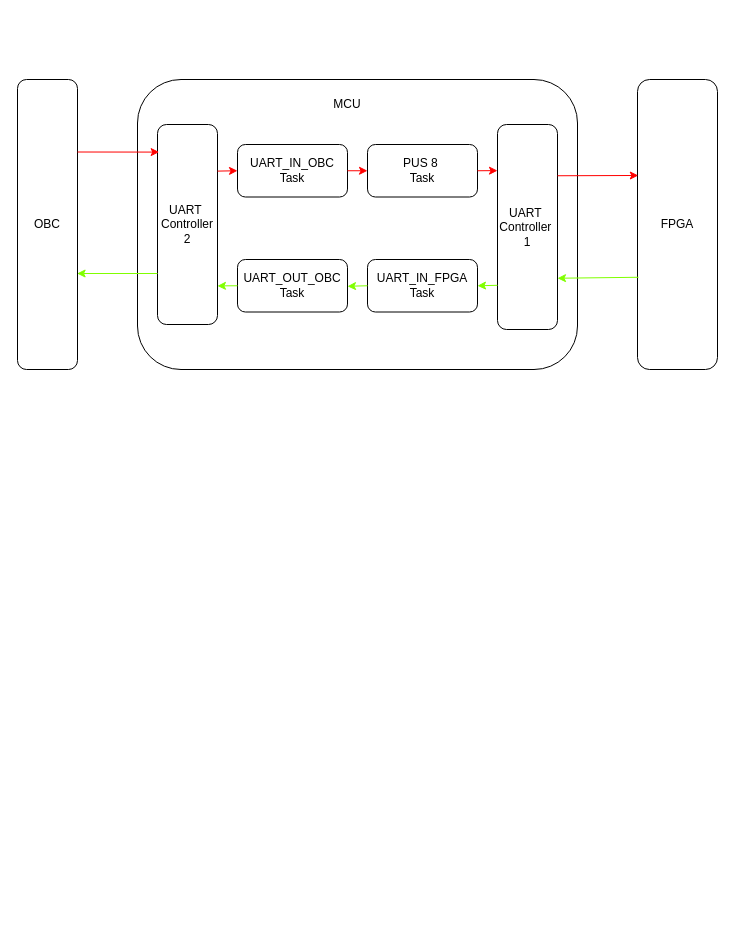
Before: Constant_Bias_Mode.drawio in WhiskeySierraPapa/LP-Software-uC-SP-MThesis-2025, a draw.io diagram. Source tidied: cells renumbered, new cells numbered last; positions are measured from the earlier drawing's top-left corner, leaving out a move shared by most shapes. Both pictures are drawn from the tidied source at 100%, with x=0, y=0 at pixel (17, 79). Pictures stored in the file or linked from it are replaced by grey dashed boxes.
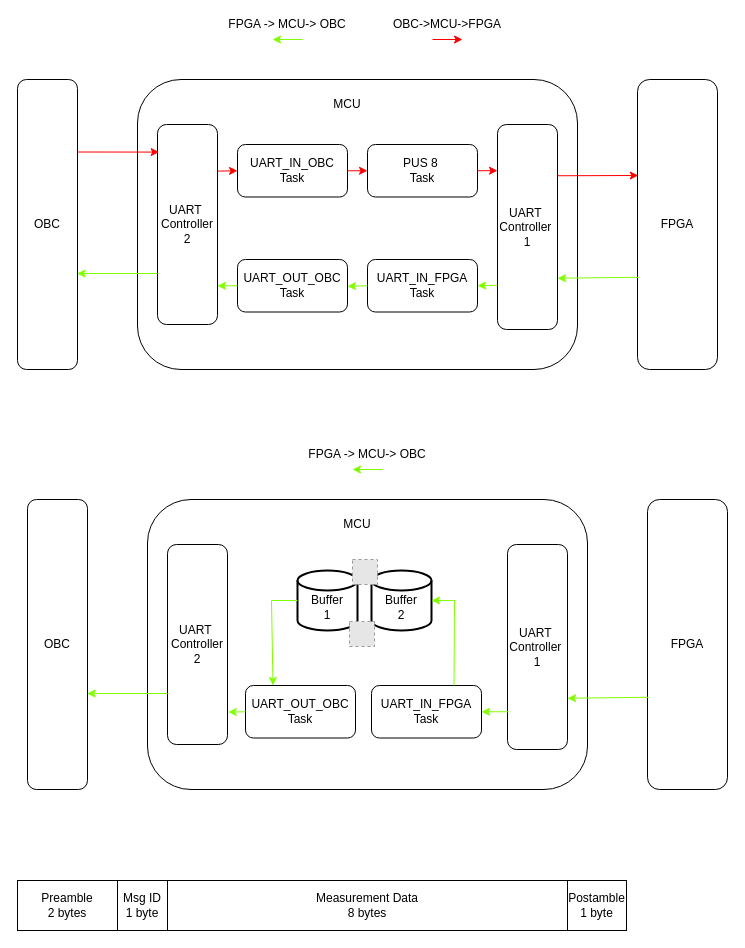
The same page after the edit.

The edit, as a diff of the source:
```diff
@@
+    <mxCell id="22" style="endArrow=classic;html=1;rounded=0;strokeColor=#80FF00;" parent="1" edge="1">
+      <mxGeometry relative="1" as="geometry">
+        <mxPoint x="285" y="-40" as="sourcePoint" />
+        <mxPoint x="255" y="-40" as="targetPoint" />
+      </mxGeometry>
+    </mxCell>
+    <mxCell id="23" style="endArrow=classic;html=1;rounded=0;strokeColor=#FF0000;" parent="1" edge="1">
+      <mxGeometry relative="1" as="geometry">
+        <mxPoint x="415" y="-40" as="sourcePoint" />
+        <mxPoint x="445" y="-40" as="targetPoint" />
+      </mxGeometry>
+    </mxCell>
+    <mxCell id="24" value="FPGA -&amp;gt; MCU-&amp;gt; OBC" style="text;strokeColor=none;align=center;fillColor=none;html=1;verticalAlign=middle;whiteSpace=wrap;rounded=0;" parent="1" vertex="1">
+      <mxGeometry x="200" y="-60" width="140" height="10" as="geometry" />
+    </mxCell>
+    <mxCell id="25" value="OBC-&amp;gt;MCU-&amp;gt;FPGA" style="text;strokeColor=none;align=center;fillColor=none;html=1;verticalAlign=middle;whiteSpace=wrap;rounded=0;" parent="1" vertex="1">
+      <mxGeometry x="360" y="-60" width="140" height="10" as="geometry" />
+    </mxCell>
+    <mxCell id="26" value="OBC" style="rounded=1;whiteSpace=wrap;html=1;" parent="1" vertex="1">
+      <mxGeometry x="10" y="420" width="60" height="290" as="geometry" />
+    </mxCell>
+    <mxCell id="27" style="rounded=1;whiteSpace=wrap;html=1;" parent="1" vertex="1">
+      <mxGeometry x="130" y="420" width="440" height="290" as="geometry" />
+    </mxCell>
+    <mxCell id="28" value="FPGA" style="rounded=1;whiteSpace=wrap;html=1;" parent="1" vertex="1">
+      <mxGeometry x="630" y="420" width="80" height="290" as="geometry" />
+    </mxCell>
+    <mxCell id="29" value="MCU" style="text;strokeColor=none;align=center;fillColor=none;html=1;verticalAlign=middle;whiteSpace=wrap;rounded=0;" parent="1" vertex="1">
+      <mxGeometry x="310" y="430" width="60" height="30" as="geometry" />
+    </mxCell>
+    <mxCell id="30" value="UART&amp;nbsp;&lt;div&gt;Controller 2&lt;/div&gt;" style="rounded=1;whiteSpace=wrap;html=1;" parent="1" vertex="1">
+      <mxGeometry x="150" y="465" width="60" height="200" as="geometry" />
+    </mxCell>
+    <mxCell id="31" value="UART&amp;nbsp;&lt;div&gt;Controller&amp;nbsp;&lt;/div&gt;&lt;div&gt;1&lt;/div&gt;" style="rounded=1;whiteSpace=wrap;html=1;" parent="1" vertex="1">
+      <mxGeometry x="490" y="465" width="60" height="205" as="geometry" />
+    </mxCell>
+    <mxCell id="32" value="UART_IN_FPGA&lt;div&gt;Task&lt;/div&gt;" style="rounded=1;whiteSpace=wrap;html=1;" parent="1" vertex="1">
+      <mxGeometry x="354" y="606" width="110" height="52.5" as="geometry" />
+    </mxCell>
+    <mxCell id="33" value="UART_OUT_OBC&lt;div&gt;Task&lt;/div&gt;" style="rounded=1;whiteSpace=wrap;html=1;" parent="1" vertex="1">
+      <mxGeometry x="228" y="606" width="110" height="52.5" as="geometry" />
+    </mxCell>
+    <mxCell id="34" style="endArrow=classic;html=1;rounded=0;entryX=0.993;entryY=0.669;entryDx=0;entryDy=0;entryPerimeter=0;strokeColor=#80FF00;" parent="1" edge="1" target="26">
+      <mxGeometry relative="1" as="geometry">
+        <mxPoint x="150" y="614" as="sourcePoint" />
+      </mxGeometry>
+    </mxCell>
+    <mxCell id="35" style="endArrow=classic;html=1;rounded=0;entryX=1.013;entryY=0.838;entryDx=0;entryDy=0;entryPerimeter=0;strokeColor=#80FF00;exitX=0;exitY=0.5;exitDx=0;exitDy=0;" parent="1" edge="1" source="33" target="30">
+      <mxGeometry relative="1" as="geometry" />
+    </mxCell>
+    <mxCell id="36" style="endArrow=classic;html=1;rounded=0;entryX=1;entryY=0.5;entryDx=0;entryDy=0;strokeColor=#80FF00;exitX=0.017;exitY=0.816;exitDx=0;exitDy=0;exitPerimeter=0;" parent="1" edge="1" source="31" target="32">
+      <mxGeometry relative="1" as="geometry" />
+    </mxCell>
+    <mxCell id="37" style="endArrow=classic;html=1;rounded=0;entryX=1;entryY=0.75;entryDx=0;entryDy=0;strokeColor=#80FF00;exitX=0.013;exitY=0.682;exitDx=0;exitDy=0;exitPerimeter=0;" parent="1" edge="1" source="28" target="31">
+      <mxGeometry relative="1" as="geometry" />
+    </mxCell>
+    <mxCell id="38" style="endArrow=classic;html=1;rounded=0;strokeColor=#80FF00;" parent="1" edge="1">
+      <mxGeometry relative="1" as="geometry">
+        <mxPoint x="365" y="390" as="sourcePoint" />
+        <mxPoint x="335" y="390" as="targetPoint" />
+      </mxGeometry>
+    </mxCell>
+    <mxCell id="39" value="FPGA -&amp;gt; MCU-&amp;gt; OBC" style="text;strokeColor=none;align=center;fillColor=none;html=1;verticalAlign=middle;whiteSpace=wrap;rounded=0;" parent="1" vertex="1">
+      <mxGeometry x="280" y="370" width="140" height="10" as="geometry" />
+    </mxCell>
+    <mxCell id="40" value="&lt;div&gt;&lt;br&gt;&lt;/div&gt;Buffer&lt;div&gt;1&lt;/div&gt;" style="strokeWidth=2;html=1;shape=mxgraph.flowchart.database;whiteSpace=wrap;" parent="1" vertex="1">
+      <mxGeometry x="280" y="491" width="60" height="60" as="geometry" />
+    </mxCell>
+    <mxCell id="41" value="&lt;div&gt;&lt;br&gt;&lt;/div&gt;Buffer&lt;div&gt;2&lt;/div&gt;" style="strokeWidth=2;html=1;shape=mxgraph.flowchart.database;whiteSpace=wrap;" parent="1" vertex="1">
+      <mxGeometry x="354" y="491" width="60" height="60" as="geometry" />
+    </mxCell>
+    <mxCell id="42" style="fillColor=#E6E6E6;strokeColor=#999999;dashed=1;html=1;verticalAlign=top;verticalLabelPosition=bottom;labelBackgroundColor=#ffffff;" parent="1" vertex="1">
+      <mxGeometry x="332" y="542" width="25" height="25" as="geometry" />
+    </mxCell>
+    <mxCell id="43" style="fillColor=#E6E6E6;strokeColor=#999999;dashed=1;html=1;verticalAlign=top;verticalLabelPosition=bottom;labelBackgroundColor=#ffffff;" parent="1" vertex="1">
+      <mxGeometry x="335" y="480" width="25" height="25" as="geometry" />
+    </mxCell>
+    <mxCell id="44" style="endArrow=classic;html=1;rounded=0;exitX=0.75;exitY=0;exitDx=0;exitDy=0;entryX=1;entryY=0.5;entryDx=0;entryDy=0;entryPerimeter=0;strokeColor=#80FF00;" parent="1" edge="1" source="32" target="41">
+      <mxGeometry relative="1" as="geometry">
+        <Array as="points">
+          <mxPoint x="437" y="521" />
+        </Array>
+      </mxGeometry>
+    </mxCell>
+    <mxCell id="45" style="endArrow=classic;html=1;rounded=0;exitX=0;exitY=0.5;exitDx=0;exitDy=0;exitPerimeter=0;entryX=0.25;entryY=0;entryDx=0;entryDy=0;strokeColor=#80FF00;" parent="1" edge="1" source="40" target="33">
+      <mxGeometry relative="1" as="geometry">
+        <Array as="points">
+          <mxPoint x="254" y="521" />
+        </Array>
+      </mxGeometry>
+    </mxCell>
+    <mxCell id="46" value="Preamble&lt;div&gt;2 bytes&lt;/div&gt;" style="rounded=0;whiteSpace=wrap;html=1;" parent="1" vertex="1">
+      <mxGeometry y="801" width="100" height="50" as="geometry" />
+    </mxCell>
+    <mxCell id="47" value="Msg ID&lt;div&gt;1 byte&lt;/div&gt;" style="rounded=0;whiteSpace=wrap;html=1;" parent="1" vertex="1">
+      <mxGeometry x="100" y="801" width="50" height="50" as="geometry" />
+    </mxCell>
+    <mxCell id="48" value="Measurement Data&lt;div&gt;8 bytes&lt;/div&gt;" style="rounded=0;whiteSpace=wrap;html=1;" parent="1" vertex="1">
+      <mxGeometry x="150" y="801" width="400" height="50" as="geometry" />
+    </mxCell>
+    <mxCell id="49" value="Postamble&lt;div&gt;1 byte&lt;/div&gt;" style="rounded=0;whiteSpace=wrap;html=1;" parent="1" vertex="1">
+      <mxGeometry x="550" y="801" width="59" height="50" as="geometry" />
+    </mxCell>
```
